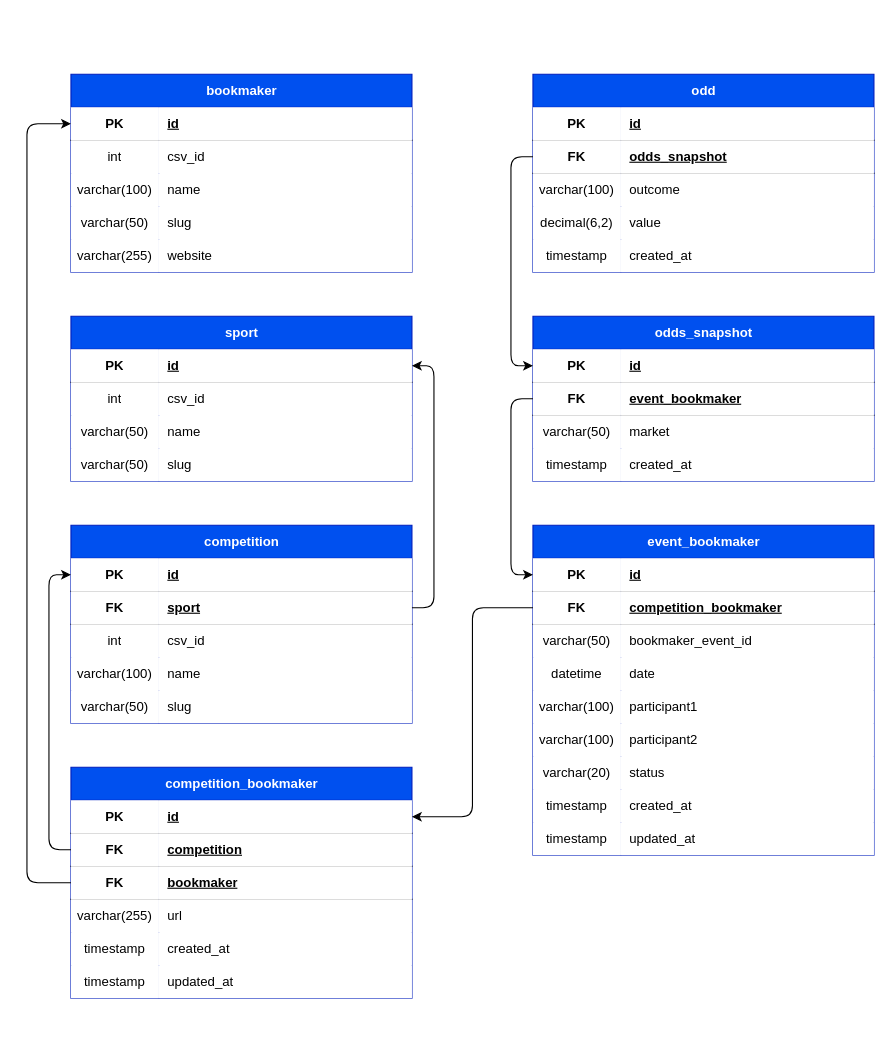
The draw.io diagram docs/MCD/src/scrapodd.drawio in davidb99/scrapodd, before the edit. Source tidied: cells renumbered, new cells numbered last; positions are measured from the earlier drawing's top-left corner, leaving out a move shared by most shapes. Both pictures are drawn from the tidied source at 110%, with x=0, y=0 at pixel (26, 74).
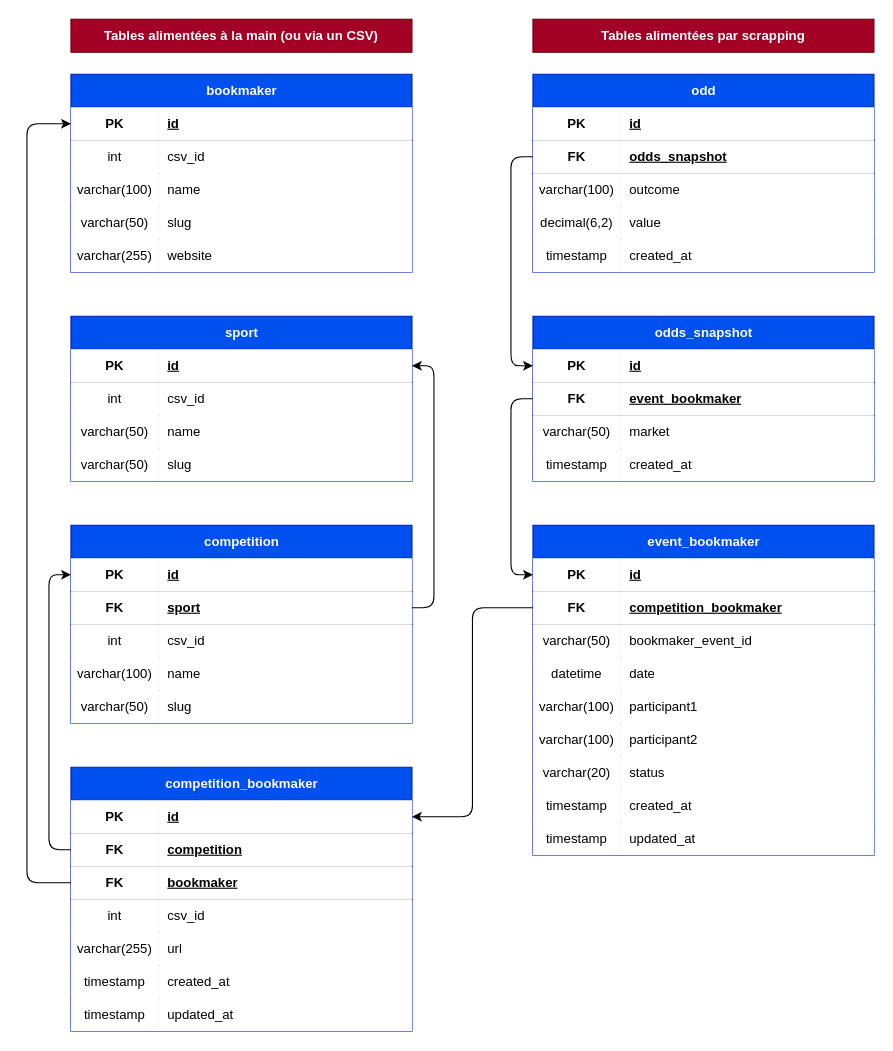
The same diagram, later.

Unchanged cells that the change refers to:
```xml
<mxCell id="101" style="shape=tableRow;horizontal=0;startSize=0;swimlaneHead=0;swimlaneBody=0;fillColor=none;top=0;left=0;right=0;bottom=0;rounded=0;" parent="91" vertex="1">
  <mxGeometry y="120" width="310" height="30" as="geometry" />
</mxCell>
```

The edit, as a diff of the source:
```diff
@@
     <mxCell id="91" value="competition_bookmaker" style="shape=table;startSize=30;childLayout=tableLayout;rowLines=0;fontStyle=1;align=center;html=1;fillColor=#0050ef;fontColor=#ffffff;strokeColor=#001DBC;rounded=0;" parent="1" vertex="1">
-      <mxGeometry x="40" y="630" width="310" height="210" as="geometry" />
+      <mxGeometry x="40" y="630" width="310" height="240" as="geometry" />
     </mxCell>
@@
-    <mxCell id="102" value="varchar(255)" style="shape=partialRectangle;top=0;left=0;bottom=0;right=0;overflow=hidden;whiteSpace=wrap;html=1;rounded=0;" parent="101" vertex="1">
+    <mxCell id="102" value="int" style="shape=partialRectangle;top=0;left=0;bottom=0;right=0;overflow=hidden;whiteSpace=wrap;html=1;rounded=0;" parent="101" vertex="1">
       <mxGeometry width="80" height="30" as="geometry" />
     </mxCell>
-    <mxCell id="103" value="url" style="shape=partialRectangle;top=0;left=0;bottom=0;right=0;align=left;spacingLeft=6;overflow=hidden;whiteSpace=wrap;html=1;rounded=0;" parent="101" vertex="1">
+    <mxCell id="103" value="csv_id" style="shape=partialRectangle;top=0;left=0;bottom=0;right=0;align=left;spacingLeft=6;overflow=hidden;whiteSpace=wrap;html=1;rounded=0;" parent="101" vertex="1">
       <mxGeometry x="80" width="230" height="30" as="geometry" />
     </mxCell>
+    <mxCell id="129" style="shape=tableRow;horizontal=0;startSize=0;swimlaneHead=0;swimlaneBody=0;fillColor=none;top=0;left=0;right=0;bottom=0;rounded=0;" parent="91" vertex="1">
+      <mxGeometry y="150" width="310" height="30" as="geometry" />
+    </mxCell>
+    <mxCell id="130" value="varchar(255)" style="shape=partialRectangle;top=0;left=0;bottom=0;right=0;overflow=hidden;whiteSpace=wrap;html=1;rounded=0;" parent="129" vertex="1">
+      <mxGeometry width="80" height="30" as="geometry" />
+    </mxCell>
+    <mxCell id="131" value="url" style="shape=partialRectangle;top=0;left=0;bottom=0;right=0;align=left;spacingLeft=6;overflow=hidden;whiteSpace=wrap;html=1;rounded=0;" parent="129" vertex="1">
+      <mxGeometry x="80" width="230" height="30" as="geometry" />
+    </mxCell>
     <mxCell id="104" style="shape=tableRow;horizontal=0;startSize=0;swimlaneHead=0;swimlaneBody=0;fillColor=none;top=0;left=0;right=0;bottom=0;rounded=0;" parent="91" vertex="1">
-      <mxGeometry y="150" width="310" height="30" as="geometry" />
+      <mxGeometry y="180" width="310" height="30" as="geometry" />
     </mxCell>
@@
     <mxCell id="107" style="shape=tableRow;horizontal=0;startSize=0;swimlaneHead=0;swimlaneBody=0;fillColor=none;top=0;left=0;right=0;bottom=0;rounded=0;" parent="91" vertex="1">
-      <mxGeometry y="180" width="310" height="30" as="geometry" />
+      <mxGeometry y="210" width="310" height="30" as="geometry" />
     </mxCell>
@@
+    <mxCell id="132" value="&lt;b&gt;Tables alimentées à la main (ou via un CSV)&lt;/b&gt;" style="text;html=1;align=center;verticalAlign=middle;whiteSpace=wrap;rounded=0;fillColor=#a20025;fontColor=#ffffff;strokeColor=#6F0000;" parent="1" vertex="1">
+      <mxGeometry x="40" y="-50" width="310" height="30" as="geometry" />
+    </mxCell>
+    <mxCell id="133" value="&lt;b&gt;Tables alimentées par scrapping&lt;/b&gt;" style="text;html=1;align=center;verticalAlign=middle;whiteSpace=wrap;rounded=0;fillColor=#a20025;fontColor=#ffffff;strokeColor=#6F0000;" parent="1" vertex="1">
+      <mxGeometry x="460" y="-50" width="310" height="30" as="geometry" />
+    </mxCell>
```
